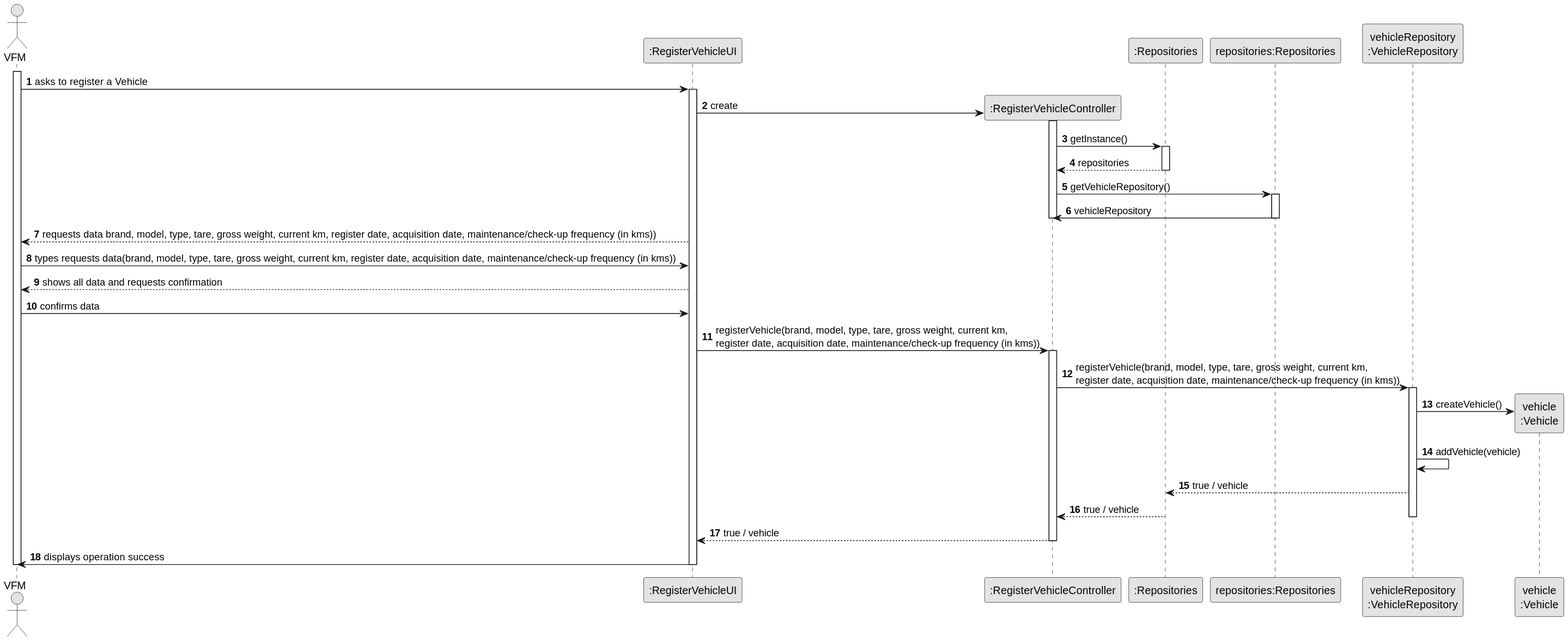
Before: docs/sprintB/us006/03.design/svg/us006-sequence-diagram-full.svg, a diagram exported from PlantUML (francisc-o-liveira/lei-24-s2-1dp-g163).
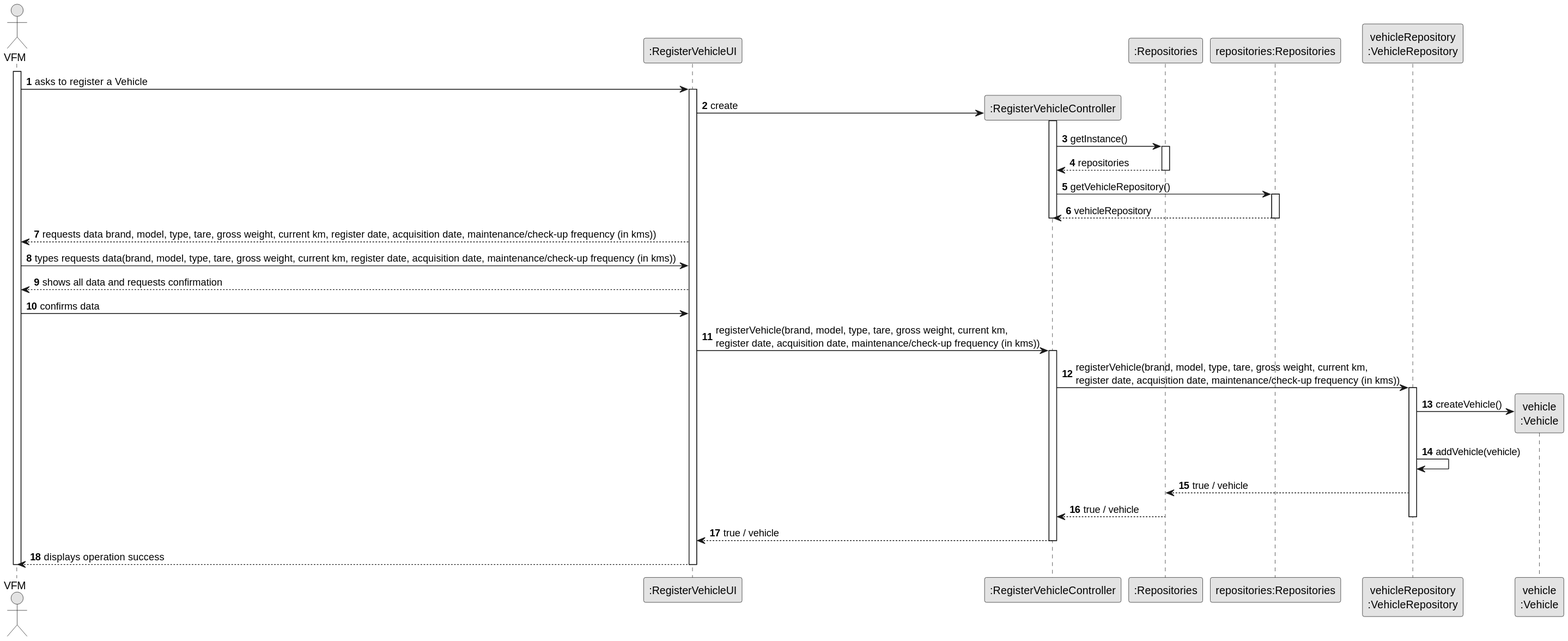
Above is the later version.

Change to the diagram source:
```diff
@@ -30,7 +30,7 @@
     CTRL -> Repo : getVehicleRepository()
     activate Repo
 
-    Repo -> CTRL : vehicleRepository
+    Repo --> CTRL : vehicleRepository
     deactivate Repo
 
     deactivate CTRL
@@ -60,7 +60,7 @@
     CTRL --> UI: true / vehicle
     deactivate CTRL
 
-    UI -> VFM : displays operation success
+    UI --> VFM : displays operation success
     deactivate UI
 
 deactivate VFM
```
